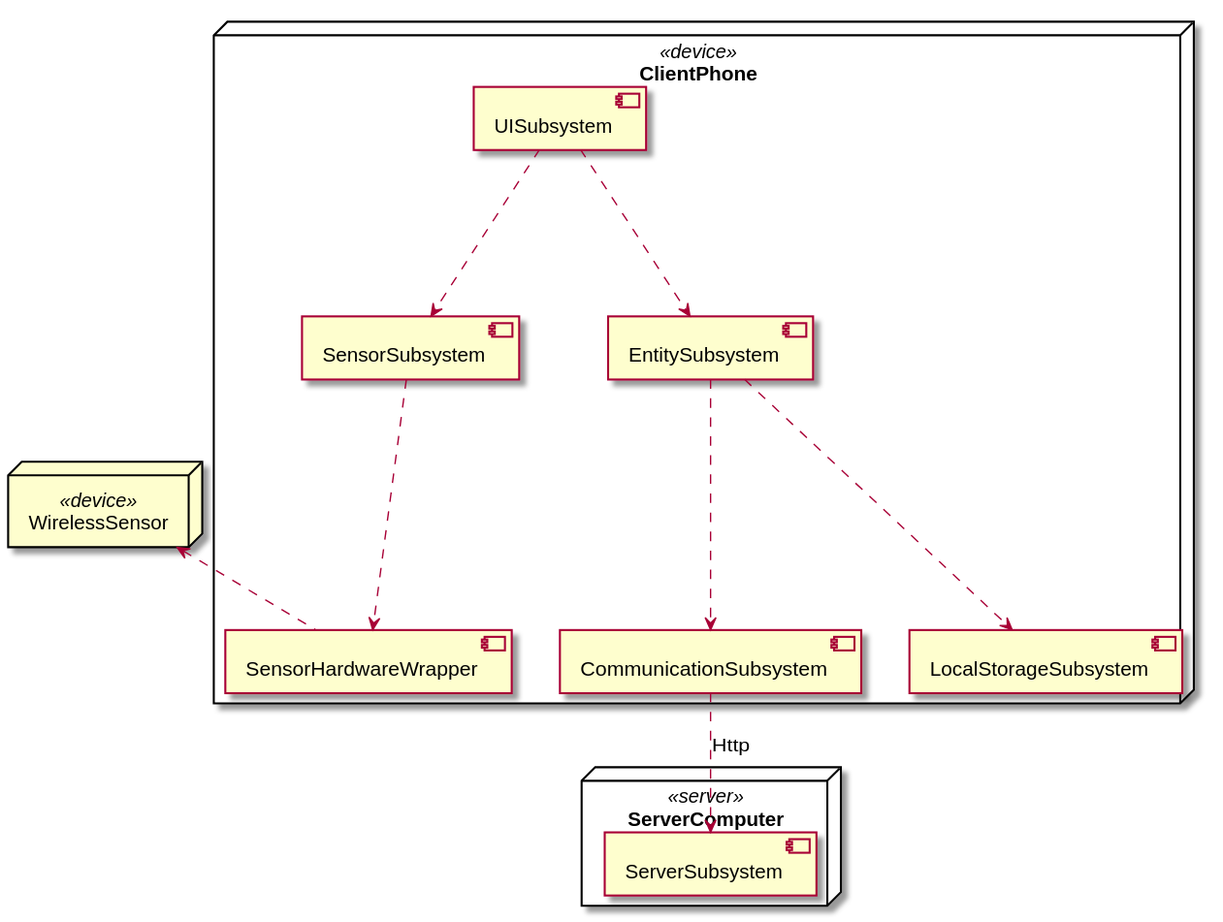
This is 设计/Diagrams/DeploymentDiagram.svg from kpp19920121/doc, a PlantUML export, as it was before one commit.
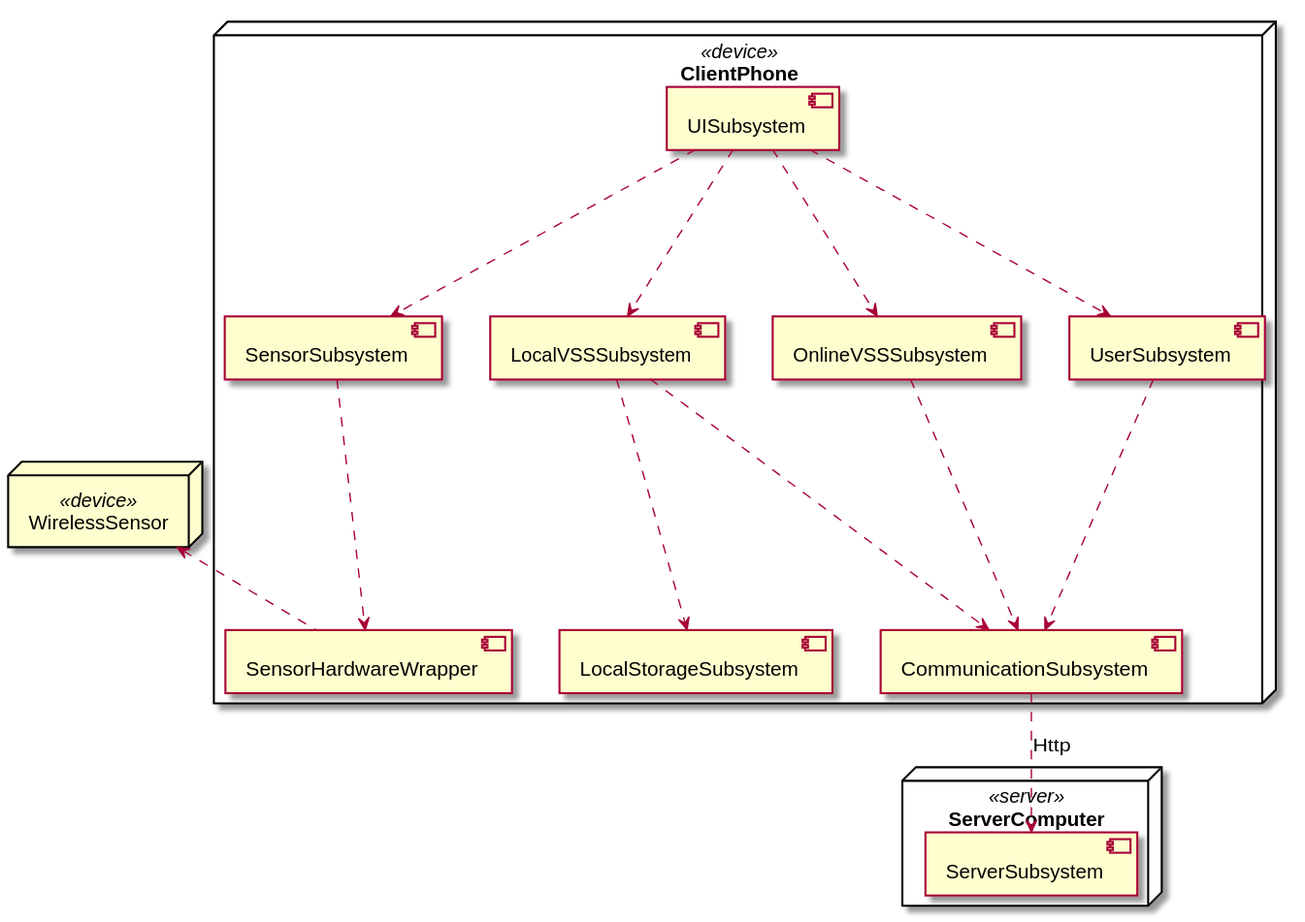
The same file after the commit.

What changed in the source:
```diff
@@ -6,13 +6,21 @@
     component SensorSubsystem
     component CommunicationSubsystem
     component LocalStorageSubsystem
-    component EntitySubsystem
+    component LocalVSSSubsystem
+    component OnlineVSSSubsystem
+    component UserSubsystem
+    component CommunicationSubsystem
     component SensorHardwareWrapper
+    UISubsystem ..> UserSubsystem
+    UISubsystem ..> OnlineVSSSubsystem
+    UISubsystem ..> LocalVSSSubsystem
     SensorSubsystem ..> SensorHardwareWrapper
-    UISubsystem ..> EntitySubsystem
-    EntitySubsystem ..> LocalStorageSubsystem
-    EntitySubsystem ..> CommunicationSubsystem
     UISubsystem ..> SensorSubsystem
+    LocalVSSSubsystem ..> LocalStorageSubsystem
+    UserSubsystem ..> CommunicationSubsystem
+    OnlineVSSSubsystem ..> CommunicationSubsystem
+    LocalVSSSubsystem ..> CommunicationSubsystem
+
 }
 
 node ServerComputer <<server>> {
```
